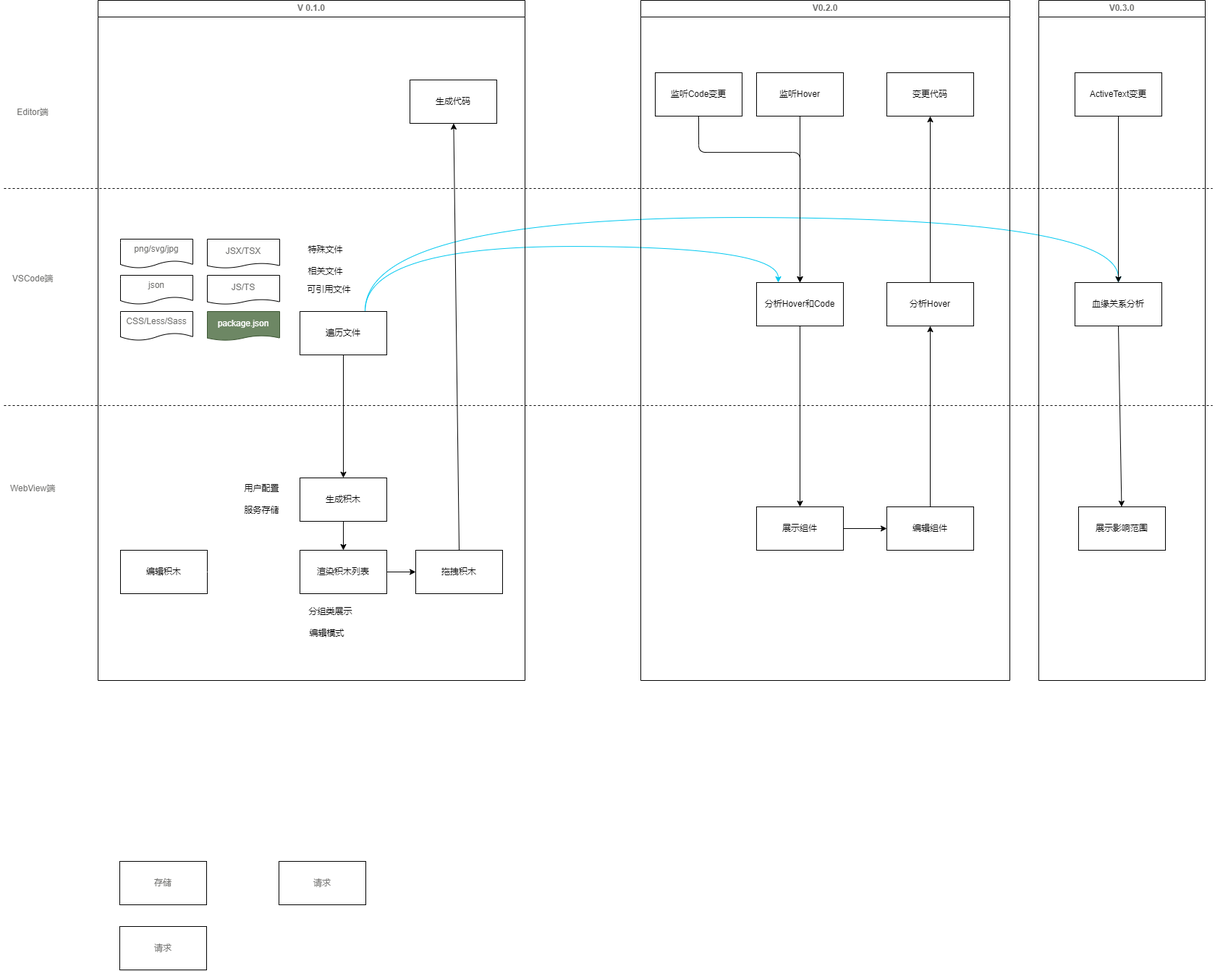
Llyonss/XMouse keeps this draw.io diagram as structure.drawio.png. Above is the earlier version. Source tidied: cells renumbered, new cells last; positions are measured from the earlier drawing's top-left corner, leaving out a move shared by most shapes. The source it was exported from:
```xml
<mxGraphModel>
  <root>
    <mxCell id="0" />
    <mxCell id="1" parent="0" />
    <mxCell id="2" style="html=1;exitX=0.75;exitY=0;exitDx=0;exitDy=0;entryX=0.25;entryY=0;entryDx=0;entryDy=0;fontColor=#70706E;strokeColor=#00C8F0;edgeStyle=orthogonalEdgeStyle;curved=1;" parent="1" edge="1" source="10" target="38">
      <mxGeometry relative="1" as="geometry">
        <Array as="points">
          <mxPoint x="503" y="340" />
          <mxPoint x="1065" y="340" />
        </Array>
      </mxGeometry>
    </mxCell>
    <mxCell id="3" style="edgeStyle=orthogonalEdgeStyle;html=1;exitX=0.75;exitY=0;exitDx=0;exitDy=0;entryX=0.5;entryY=0;entryDx=0;entryDy=0;strokeColor=#00C8F0;fontColor=#70706E;curved=1;" parent="1" edge="1" source="10" target="49">
      <mxGeometry relative="1" as="geometry">
        <Array as="points">
          <mxPoint x="503" y="300" />
          <mxPoint x="1545" y="300" />
        </Array>
      </mxGeometry>
    </mxCell>
    <mxCell id="4" style="endArrow=none;dashed=1;html=1;" parent="1" edge="1">
      <mxGeometry relative="1" as="geometry">
        <mxPoint x="5" y="560" as="sourcePoint" />
        <mxPoint x="1675" y="560" as="targetPoint" />
      </mxGeometry>
    </mxCell>
    <mxCell id="5" value="VSCode端" style="text;html=1;align=center;verticalAlign=middle;whiteSpace=wrap;rounded=0;fontColor=#70706E;" parent="1" vertex="1">
      <mxGeometry x="15" y="370" width="60" height="30" as="geometry" />
    </mxCell>
    <mxCell id="6" value="WebView端" style="text;html=1;strokeColor=none;fillColor=none;align=center;verticalAlign=middle;whiteSpace=wrap;rounded=0;fontColor=#70706E;" parent="1" vertex="1">
      <mxGeometry y="660" width="90" height="30" as="geometry" />
    </mxCell>
    <mxCell id="7" value="Editor端" style="text;html=1;strokeColor=none;fillColor=none;align=center;verticalAlign=middle;whiteSpace=wrap;rounded=0;fontColor=#70706E;" parent="1" vertex="1">
      <mxGeometry x="15" y="140" width="60" height="30" as="geometry" />
    </mxCell>
    <mxCell id="8" style="endArrow=none;dashed=1;html=1;" parent="1" edge="1">
      <mxGeometry relative="1" as="geometry">
        <mxPoint x="5" y="260" as="sourcePoint" />
        <mxPoint x="1675" y="260" as="targetPoint" />
      </mxGeometry>
    </mxCell>
    <mxCell id="9" value="V 0.1.0" style="swimlane;whiteSpace=wrap;html=1;fontColor=#70706E;" parent="1" vertex="1">
      <mxGeometry x="135" width="590" height="940" as="geometry" />
    </mxCell>
    <mxCell id="10" value="遍历文件" style="rounded=0;whiteSpace=wrap;html=1;" parent="9" vertex="1">
      <mxGeometry x="279" y="430" width="120" height="60" as="geometry" />
    </mxCell>
    <mxCell id="11" value="可引用文件" style="text;html=1;align=center;verticalAlign=middle;strokeColor=none;fillColor=none;" parent="9" vertex="1">
      <mxGeometry x="279" y="385" width="80" height="30" as="geometry" />
    </mxCell>
    <mxCell id="12" value="相关文件" style="text;html=1;align=center;verticalAlign=middle;strokeColor=none;fillColor=none;" parent="9" vertex="1">
      <mxGeometry x="279" y="360" width="70" height="30" as="geometry" />
    </mxCell>
    <mxCell id="13" value="渲染积木列表" style="rounded=0;whiteSpace=wrap;html=1;" parent="9" vertex="1">
      <mxGeometry x="279" y="760" width="120" height="60" as="geometry" />
    </mxCell>
    <mxCell id="14" style="edgeStyle=none;html=1;exitX=0.5;exitY=1;exitDx=0;exitDy=0;" parent="9" edge="1" source="15" target="13">
      <mxGeometry relative="1" as="geometry" />
    </mxCell>
    <mxCell id="15" value="生成积木" style="rounded=0;whiteSpace=wrap;html=1;" parent="9" vertex="1">
      <mxGeometry x="279" y="660" width="120" height="60" as="geometry" />
    </mxCell>
    <mxCell id="16" style="edgeStyle=none;html=1;exitX=0.5;exitY=1;exitDx=0;exitDy=0;" parent="9" edge="1" source="10" target="15">
      <mxGeometry relative="1" as="geometry" />
    </mxCell>
    <mxCell id="17" value="拖拽积木" style="rounded=0;whiteSpace=wrap;html=1;" parent="9" vertex="1">
      <mxGeometry x="439" y="760" width="120" height="60" as="geometry" />
    </mxCell>
    <mxCell id="18" style="edgeStyle=none;html=1;exitX=1;exitY=0.5;exitDx=0;exitDy=0;" parent="9" edge="1" source="13" target="17">
      <mxGeometry relative="1" as="geometry" />
    </mxCell>
    <mxCell id="19" value="生成代码" style="rounded=0;whiteSpace=wrap;html=1;" parent="9" vertex="1">
      <mxGeometry x="431" y="110" width="120" height="60" as="geometry" />
    </mxCell>
    <mxCell id="20" value="CSS/Less/Sass" style="shape=document;whiteSpace=wrap;html=1;boundedLbl=1;fontColor=#70706E;size=0.25;" parent="9" vertex="1">
      <mxGeometry x="31" y="430" width="100" height="40" as="geometry" />
    </mxCell>
    <mxCell id="21" value="JSX/TSX" style="shape=document;whiteSpace=wrap;html=1;boundedLbl=1;fontColor=#70706E;size=0.16666666666666666;" parent="9" vertex="1">
      <mxGeometry x="151" y="330" width="100" height="40" as="geometry" />
    </mxCell>
    <mxCell id="22" value="JS/TS" style="shape=document;whiteSpace=wrap;html=1;boundedLbl=1;fontColor=#70706E;size=0.16666666666666666;" parent="9" vertex="1">
      <mxGeometry x="151" y="380" width="100" height="40" as="geometry" />
    </mxCell>
    <mxCell id="23" value="png/svg/jpg" style="shape=document;whiteSpace=wrap;html=1;boundedLbl=1;fontColor=#70706E;size=0.25;" parent="9" vertex="1">
      <mxGeometry x="31" y="330" width="100" height="40" as="geometry" />
    </mxCell>
    <mxCell id="24" value="json" style="shape=document;whiteSpace=wrap;html=1;boundedLbl=1;fontColor=#70706E;size=0.25;" parent="9" vertex="1">
      <mxGeometry x="31" y="380" width="100" height="40" as="geometry" />
    </mxCell>
    <mxCell id="25" value="package.json" style="shape=document;whiteSpace=wrap;html=1;boundedLbl=1;size=0.16666666666666666;fillColor=#6d8764;strokeColor=#3A5431;fontColor=#ffffff;" parent="9" vertex="1">
      <mxGeometry x="151" y="430" width="100" height="40" as="geometry" />
    </mxCell>
    <mxCell id="26" value="特殊文件" style="text;html=1;align=center;verticalAlign=middle;strokeColor=none;fillColor=none;" parent="9" vertex="1">
      <mxGeometry x="279" y="330" width="70" height="30" as="geometry" />
    </mxCell>
    <mxCell id="27" style="edgeStyle=none;html=1;exitX=0.5;exitY=0;exitDx=0;exitDy=0;" parent="9" edge="1" source="17" target="19">
      <mxGeometry relative="1" as="geometry" />
    </mxCell>
    <mxCell id="28" value="分组类展示" style="text;html=1;align=center;verticalAlign=middle;strokeColor=none;fillColor=none;" parent="9" vertex="1">
      <mxGeometry x="281" y="830" width="80" height="30" as="geometry" />
    </mxCell>
    <mxCell id="29" value="用户配置" style="text;html=1;align=center;verticalAlign=middle;strokeColor=none;fillColor=none;" parent="9" vertex="1">
      <mxGeometry x="191" y="660" width="70" height="30" as="geometry" />
    </mxCell>
    <mxCell id="30" value="服务存储" style="text;html=1;align=center;verticalAlign=middle;strokeColor=none;fillColor=none;" parent="9" vertex="1">
      <mxGeometry x="191" y="690" width="70" height="30" as="geometry" />
    </mxCell>
    <mxCell id="31" value="编辑积木" style="rounded=0;whiteSpace=wrap;html=1;" parent="9" vertex="1">
      <mxGeometry x="31" y="760" width="120" height="60" as="geometry" />
    </mxCell>
    <mxCell id="32" style="edgeStyle=orthogonalEdgeStyle;curved=1;html=1;exitX=1;exitY=0.5;exitDx=0;exitDy=0;strokeColor=#FFFFFF;fontColor=#70706E;" parent="9" edge="1" source="31" target="13">
      <mxGeometry relative="1" as="geometry" />
    </mxCell>
    <mxCell id="33" value="编辑模式" style="text;html=1;align=center;verticalAlign=middle;strokeColor=none;fillColor=none;" parent="9" vertex="1">
      <mxGeometry x="281" y="860" width="70" height="30" as="geometry" />
    </mxCell>
    <mxCell id="34" value="V0.2.0" style="swimlane;whiteSpace=wrap;html=1;fontColor=#70706E;" parent="1" vertex="1">
      <mxGeometry x="885" width="510" height="940" as="geometry" />
    </mxCell>
    <mxCell id="35" value="监听Hover" style="rounded=0;whiteSpace=wrap;html=1;" parent="34" vertex="1">
      <mxGeometry x="160" y="100" width="120" height="60" as="geometry" />
    </mxCell>
    <mxCell id="36" value="展示组件" style="rounded=0;whiteSpace=wrap;html=1;" parent="34" vertex="1">
      <mxGeometry x="160" y="700" width="120" height="60" as="geometry" />
    </mxCell>
    <mxCell id="37" style="edgeStyle=none;html=1;exitX=0.5;exitY=1;exitDx=0;exitDy=0;fontColor=#70706E;" parent="34" edge="1" source="38" target="36">
      <mxGeometry relative="1" as="geometry" />
    </mxCell>
    <mxCell id="38" value="分析Hover和Code" style="rounded=0;whiteSpace=wrap;html=1;" parent="34" vertex="1">
      <mxGeometry x="160" y="390" width="120" height="60" as="geometry" />
    </mxCell>
    <mxCell id="39" style="edgeStyle=none;html=1;exitX=0.5;exitY=1;exitDx=0;exitDy=0;fontColor=#70706E;" parent="34" edge="1" source="35" target="38">
      <mxGeometry relative="1" as="geometry" />
    </mxCell>
    <mxCell id="40" value="分析Hover" style="rounded=0;whiteSpace=wrap;html=1;" parent="34" vertex="1">
      <mxGeometry x="340" y="390" width="120" height="60" as="geometry" />
    </mxCell>
    <mxCell id="41" style="edgeStyle=none;html=1;exitX=0.5;exitY=0;exitDx=0;exitDy=0;entryX=0.5;entryY=1;entryDx=0;entryDy=0;fontColor=#70706E;" parent="34" edge="1" source="42" target="40">
      <mxGeometry relative="1" as="geometry" />
    </mxCell>
    <mxCell id="42" value="编辑组件" style="rounded=0;whiteSpace=wrap;html=1;" parent="34" vertex="1">
      <mxGeometry x="340" y="700" width="120" height="60" as="geometry" />
    </mxCell>
    <mxCell id="43" style="edgeStyle=none;html=1;exitX=1;exitY=0.5;exitDx=0;exitDy=0;fontColor=#70706E;" parent="34" edge="1" source="36" target="42">
      <mxGeometry relative="1" as="geometry" />
    </mxCell>
    <mxCell id="44" value="变更代码" style="rounded=0;whiteSpace=wrap;html=1;" parent="34" vertex="1">
      <mxGeometry x="340" y="100" width="120" height="60" as="geometry" />
    </mxCell>
    <mxCell id="45" style="edgeStyle=none;html=1;exitX=0.5;exitY=0;exitDx=0;exitDy=0;fontColor=#70706E;" parent="34" edge="1" source="40" target="44">
      <mxGeometry relative="1" as="geometry" />
    </mxCell>
    <mxCell id="46" style="edgeStyle=orthogonalEdgeStyle;html=1;exitX=0.5;exitY=1;exitDx=0;exitDy=0;fontColor=#70706E;entryX=0.5;entryY=0;entryDx=0;entryDy=0;" parent="34" edge="1" source="47" target="38">
      <mxGeometry relative="1" as="geometry">
        <Array as="points">
          <mxPoint x="80" y="210" />
          <mxPoint x="220" y="210" />
        </Array>
      </mxGeometry>
    </mxCell>
    <mxCell id="47" value="监听Code变更" style="rounded=0;whiteSpace=wrap;html=1;" parent="34" vertex="1">
      <mxGeometry x="20" y="100" width="120" height="60" as="geometry" />
    </mxCell>
    <mxCell id="48" value="V0.3.0" style="swimlane;whiteSpace=wrap;html=1;fontColor=#70706E;" parent="1" vertex="1">
      <mxGeometry x="1435" width="230" height="940" as="geometry" />
    </mxCell>
    <mxCell id="49" value="血缘关系分析" style="rounded=0;whiteSpace=wrap;html=1;" parent="48" vertex="1">
      <mxGeometry x="50" y="390" width="120" height="60" as="geometry" />
    </mxCell>
    <mxCell id="50" value="展示影响范围" style="rounded=0;whiteSpace=wrap;html=1;" parent="48" vertex="1">
      <mxGeometry x="55" y="700" width="120" height="60" as="geometry" />
    </mxCell>
    <mxCell id="51" style="edgeStyle=none;html=1;exitX=0.5;exitY=1;exitDx=0;exitDy=0;fontColor=#70706E;" parent="48" edge="1" source="49" target="50">
      <mxGeometry relative="1" as="geometry" />
    </mxCell>
    <mxCell id="52" style="edgeStyle=none;html=1;exitX=0.5;exitY=1;exitDx=0;exitDy=0;entryX=0.5;entryY=0;entryDx=0;entryDy=0;fontColor=#70706E;" parent="48" edge="1" source="53" target="49">
      <mxGeometry relative="1" as="geometry" />
    </mxCell>
    <mxCell id="53" value="ActiveText变更" style="rounded=0;whiteSpace=wrap;html=1;" parent="48" vertex="1">
      <mxGeometry x="50" y="100" width="120" height="60" as="geometry" />
    </mxCell>
    <mxCell id="54" value="存储" style="rounded=0;whiteSpace=wrap;html=1;fontColor=#70706E;" parent="1" vertex="1">
      <mxGeometry x="165" y="1190" width="120" height="60" as="geometry" />
    </mxCell>
    <mxCell id="55" value="请求" style="rounded=0;whiteSpace=wrap;html=1;fontColor=#70706E;" parent="1" vertex="1">
      <mxGeometry x="165" y="1280" width="120" height="60" as="geometry" />
    </mxCell>
    <mxCell id="56" value="请求" style="rounded=0;whiteSpace=wrap;html=1;fontColor=#70706E;" parent="1" vertex="1">
      <mxGeometry x="385" y="1190" width="120" height="60" as="geometry" />
    </mxCell>
  </root>
</mxGraphModel>
```
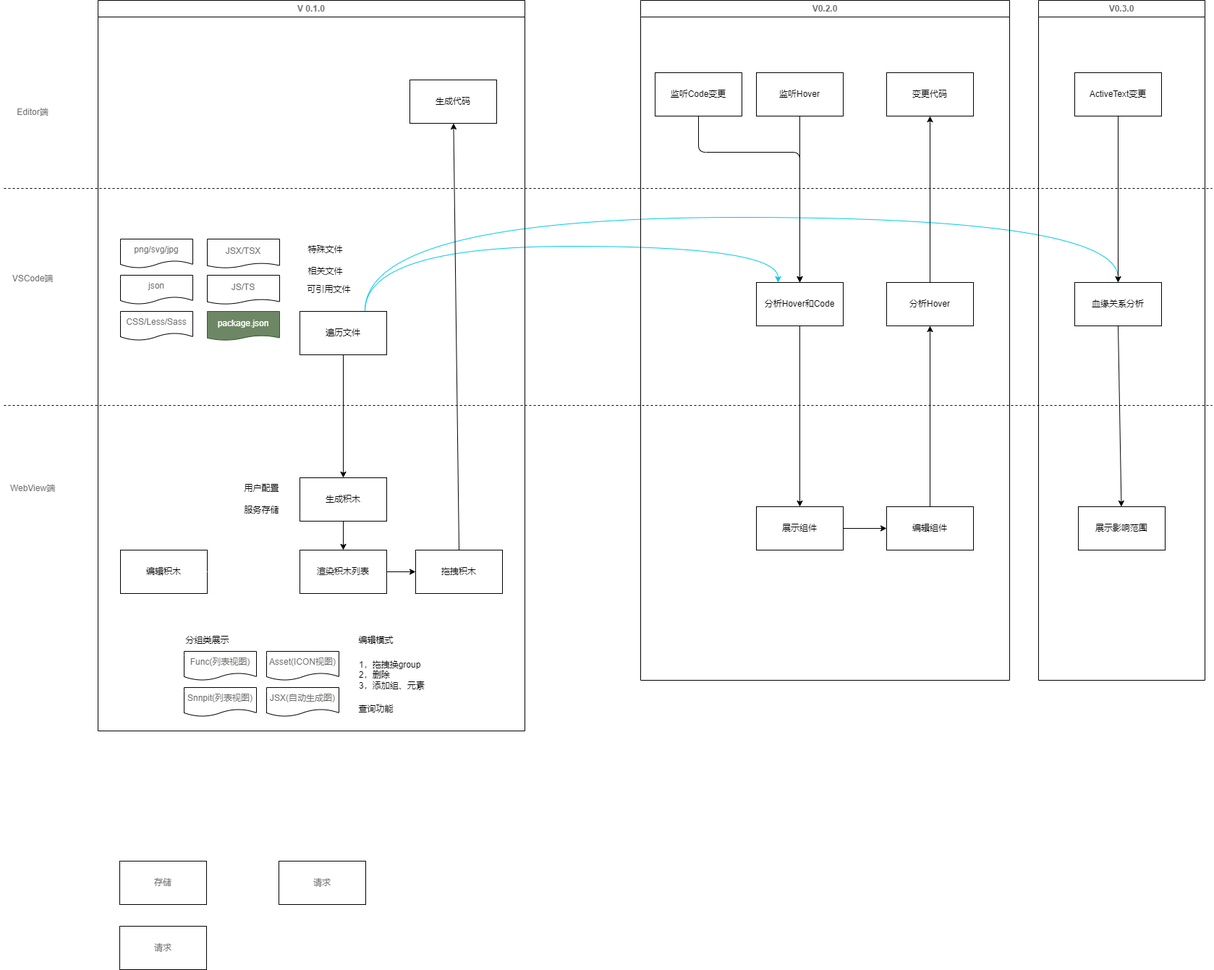
The same diagram one commit later.

What changed in the source:
```diff
@@ -40,7 +40,7 @@
       </mxGeometry>
     </mxCell>
     <mxCell id="9" value="V 0.1.0" style="swimlane;whiteSpace=wrap;html=1;fontColor=#70706E;" parent="1" vertex="1">
-      <mxGeometry x="135" width="590" height="940" as="geometry" />
+      <mxGeometry x="135" width="590" height="1010" as="geometry" />
     </mxCell>
     <mxCell id="10" value="遍历文件" style="rounded=0;whiteSpace=wrap;html=1;" parent="9" vertex="1">
       <mxGeometry x="279" y="430" width="120" height="60" as="geometry" />
@@ -97,7 +97,7 @@
       <mxGeometry relative="1" as="geometry" />
     </mxCell>
     <mxCell id="28" value="分组类展示" style="text;html=1;align=center;verticalAlign=middle;strokeColor=none;fillColor=none;" parent="9" vertex="1">
-      <mxGeometry x="281" y="830" width="80" height="30" as="geometry" />
+      <mxGeometry x="111" y="870" width="80" height="30" as="geometry" />
     </mxCell>
     <mxCell id="29" value="用户配置" style="text;html=1;align=center;verticalAlign=middle;strokeColor=none;fillColor=none;" parent="9" vertex="1">
       <mxGeometry x="191" y="660" width="70" height="30" as="geometry" />
@@ -112,8 +112,26 @@
       <mxGeometry relative="1" as="geometry" />
     </mxCell>
     <mxCell id="33" value="编辑模式" style="text;html=1;align=center;verticalAlign=middle;strokeColor=none;fillColor=none;" parent="9" vertex="1">
-      <mxGeometry x="281" y="860" width="70" height="30" as="geometry" />
+      <mxGeometry x="349" y="870" width="70" height="30" as="geometry" />
     </mxCell>
+    <mxCell id="57" value="JSX(自动生成图)" style="shape=document;whiteSpace=wrap;html=1;boundedLbl=1;fontColor=#70706E;size=0.25;" parent="9" vertex="1">
+      <mxGeometry x="233" y="950" width="100" height="40" as="geometry" />
+    </mxCell>
+    <mxCell id="58" value="Func(列表视图)" style="shape=document;whiteSpace=wrap;html=1;boundedLbl=1;fontColor=#70706E;size=0.25;" parent="9" vertex="1">
+      <mxGeometry x="119" y="900" width="100" height="40" as="geometry" />
+    </mxCell>
+    <mxCell id="59" value="Asset(ICON视图)" style="shape=document;whiteSpace=wrap;html=1;boundedLbl=1;fontColor=#70706E;size=0.25;" parent="9" vertex="1">
+      <mxGeometry x="233" y="900" width="100" height="40" as="geometry" />
+    </mxCell>
+    <mxCell id="60" value="Snnpit(列表视图)" style="shape=document;whiteSpace=wrap;html=1;boundedLbl=1;fontColor=#70706E;size=0.25;" parent="9" vertex="1">
+      <mxGeometry x="119" y="950" width="100" height="40" as="geometry" />
+    </mxCell>
+    <mxCell id="61" value="1，拖拽换group&lt;br&gt;2，删除&lt;br&gt;3，添加组、元素" style="text;html=1;align=left;verticalAlign=top;strokeColor=none;fillColor=none;" parent="9" vertex="1">
+      <mxGeometry x="359" y="905" width="110" height="60" as="geometry" />
+    </mxCell>
+    <mxCell id="62" value="查询功能" style="text;html=1;align=center;verticalAlign=middle;strokeColor=none;fillColor=none;" parent="9" vertex="1">
+      <mxGeometry x="349" y="965" width="70" height="30" as="geometry" />
+    </mxCell>
     <mxCell id="34" value="V0.2.0" style="swimlane;whiteSpace=wrap;html=1;fontColor=#70706E;" parent="1" vertex="1">
       <mxGeometry x="885" width="510" height="940" as="geometry" />
     </mxCell>
```
